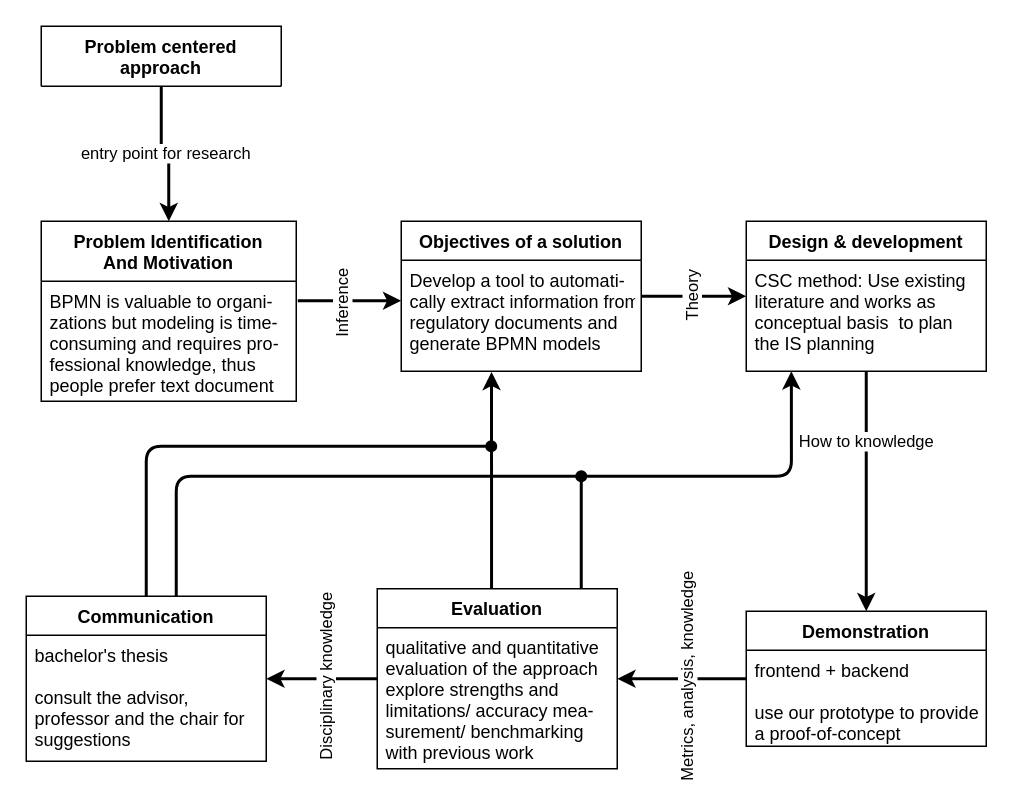
Earlier version of the draw.io diagram images/DSM.drawio (VincentDerekHeld/bachelor-thesis-2.0). Source tidied: cells renumbered, new cells numbered last; positions are measured from the earlier drawing's top-left corner, leaving out a move shared by most shapes. Both pictures are drawn from the tidied source at 150%, with x=0, y=0 at pixel (26, 26).
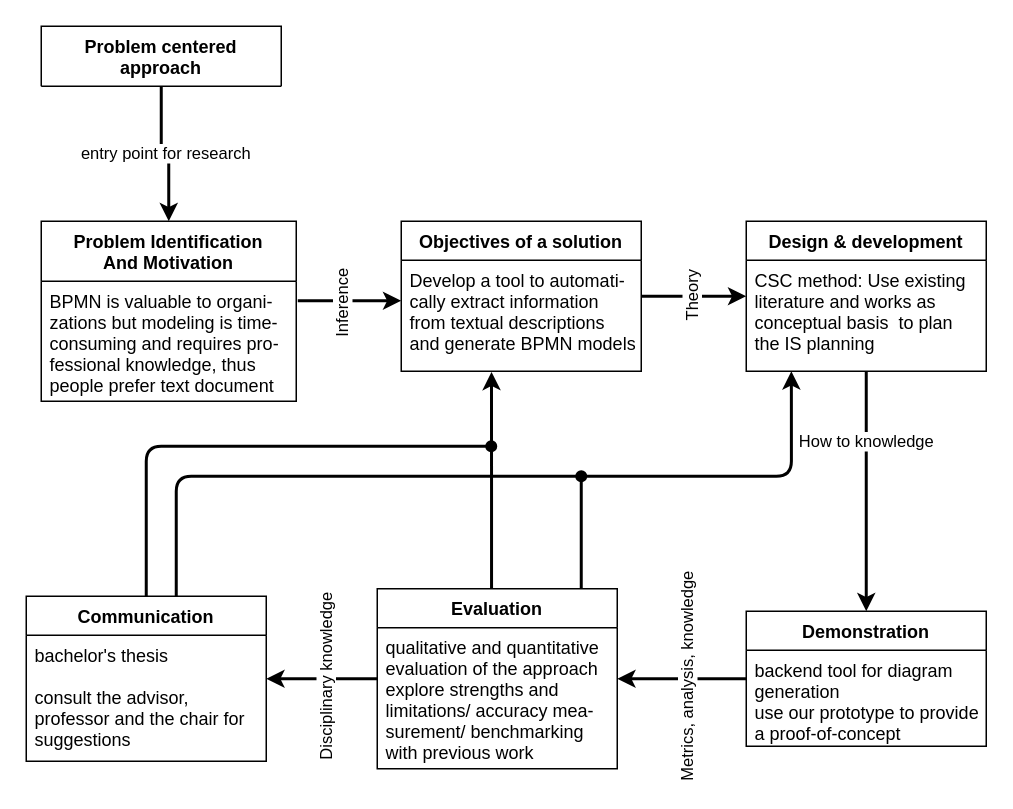
After the change.

Unchanged cells that the change refers to:
```xml
<mxCell id="14" value="Demonstration" style="swimlane;fontStyle=1;align=center;verticalAlign=top;horizontal=1;startSize=26;" parent="1" vertex="1">
  <mxGeometry x="480" y="390" width="160" height="90" as="geometry" />
</mxCell>
<mxCell id="22" value="Objectives of a solution" style="swimlane;fontStyle=1;align=center;verticalAlign=top;horizontal=1;startSize=26;" parent="1" vertex="1">
  <mxGeometry x="250" y="130" width="160" height="100" as="geometry" />
</mxCell>
```

Diff of the diagram source:
```diff
@@
-    <mxCell id="15" value="frontend + backend&#10; &#10;use our prototype to provide &#10;a proof-of-concept" style="text;strokeColor=none;fillColor=none;align=left;verticalAlign=top;spacingLeft=4;spacingRight=4;overflow=hidden;" parent="14" vertex="1">
+    <mxCell id="15" value="backend tool for diagram &#10;generation &#10;use our prototype to provide &#10;a proof-of-concept" style="text;strokeColor=none;fillColor=none;align=left;verticalAlign=top;spacingLeft=4;spacingRight=4;overflow=hidden;" parent="14" vertex="1">
       <mxGeometry y="26" width="160" height="64" as="geometry" />
     </mxCell>
@@
-    <mxCell id="23" value="Develop a tool to automati-&#10;cally extract information from&#10;regulatory documents and &#10;generate BPMN models " style="text;strokeColor=none;fillColor=none;align=left;verticalAlign=top;spacingLeft=4;spacingRight=4;overflow=hidden;points=[[0,0.5],[1,0.5]];portConstraint=eastwest;" parent="22" vertex="1">
+    <mxCell id="23" value="Develop a tool to automati-&#10;cally extract information &#10;from textual descriptions &#10;and generate BPMN models " style="text;strokeColor=none;fillColor=none;align=left;verticalAlign=top;spacingLeft=4;spacingRight=4;overflow=hidden;points=[[0,0.5],[1,0.5]];portConstraint=eastwest;" parent="22" vertex="1">
       <mxGeometry y="26" width="160" height="74" as="geometry" />
     </mxCell>
```
